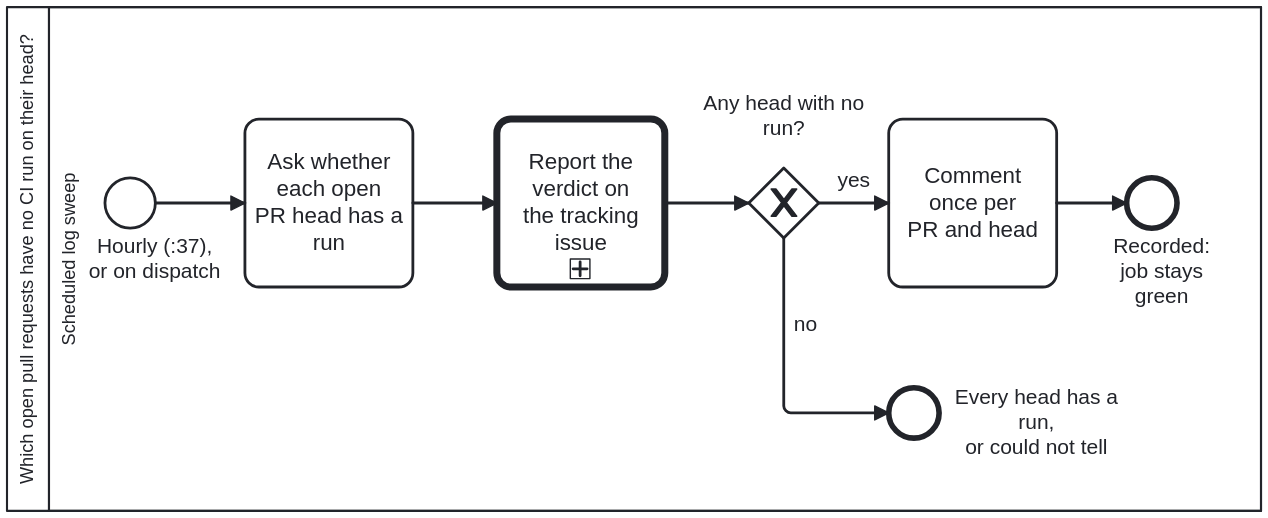
Above: docs/assets/img/workflows/pr-checks-present.svg in litlfred/cat-harness (BPMN), before the change. Its source is kept beside it as processes/sdlc/pr-checks-present.bpmn. Ids are renumbered.
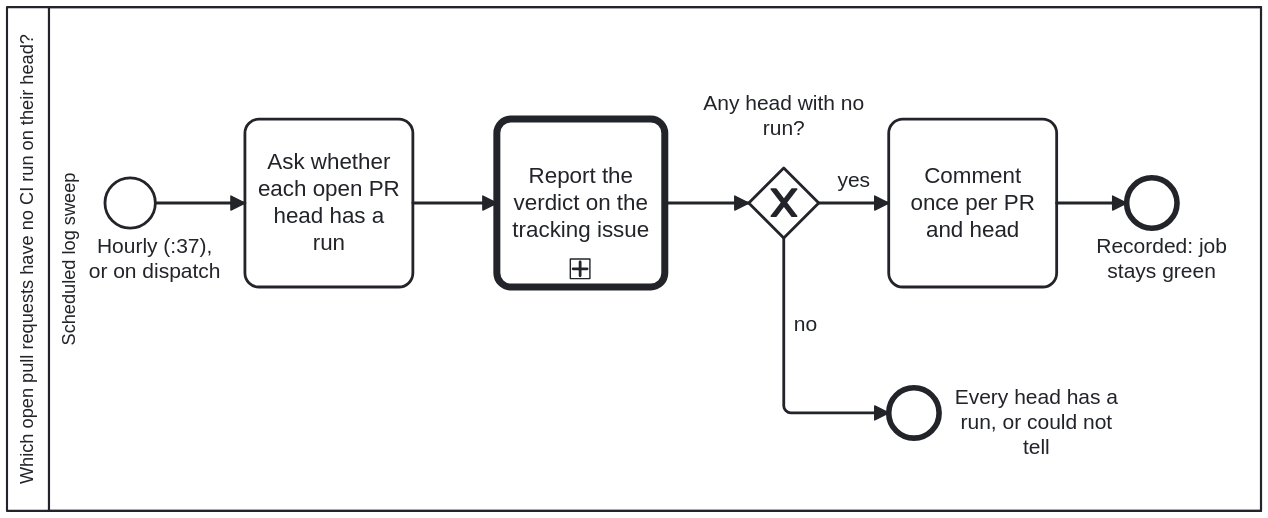
The same file after the commit.

Commit message:
Let the renderer wrap G2 names; fit the tracked-watch pool

Diff of the diagram source:
```diff
@@ -38,10 +38,10 @@
         <bpmn:flowNodeRef>End_Recorded</bpmn:flowNodeRef>
       </bpmn:lane>
     </bpmn:laneSet>
-    <bpmn:startEvent id="Start_Sweep" name="Hourly (:37),&#10;or on dispatch">
+    <bpmn:startEvent id="Start_Sweep" name="Hourly (:37), or on dispatch">
       <bpmn:outgoing>Flow_0</bpmn:outgoing>
     </bpmn:startEvent>
-    <bpmn:task id="Task_Sweep" name="Ask whether each open&#10;PR head has a run">
+    <bpmn:task id="Task_Sweep" name="Ask whether each open PR head has a run">
       <bpmn:documentation>Run check:prs-have-runs --min-age-minutes 15, writing the report file first. A head younger than 15 minutes legitimately has no run yet and is skipped. Exit 0 clean, 1 findings, 2 could not determine; an exit 1 with no report file is a crash and is treated as could-not-determine.
 
 Where its verdict comes from: Asked of the `verdict` output of the `Sweep` step in .github/workflows/pr-checks-present.yml, which runs `check:prs-have-runs --min-age-minutes 15`. Exit 0 is clean, 1 findings, 2 could not determine; an exit 1 with no report file is a crash and is reclassified as could-not-determine, as is any other code. `no` is verdict == 'unknown': 'Refuse to report success on an unchecked repository' runs `exit 1` and the tracking issue is left untouched. `yes` is verdict != 'unknown', the guard on ensuring the `pr-no-checks` label.</bpmn:documentation>
@@ -51,7 +51,7 @@
       <bpmn:incoming>Flow_0</bpmn:incoming>
       <bpmn:outgoing>Flow_1</bpmn:outgoing>
     </bpmn:task>
-    <bpmn:callActivity id="Call_Watch" name="Report the verdict on&#10;the tracking issue" calledElement="Process_TrackedWatch">
+    <bpmn:callActivity id="Call_Watch" name="Report the verdict on the tracking issue" calledElement="Process_TrackedWatch">
       <bpmn:documentation>Runs the shared tracking watch with the label `pr-no-checks`. Asked of the same `verdict`. `none` is verdict == 'clean': every open PR's head older than 15 minutes has a run, and the tracking issue is closed. `one or more` is verdict == 'findings': the one tracking issue is opened or edited in place, and the workflow also comments once on each affected pull request. Clean here means every open pull request's head now has a CI run. The body is the sweep's report.</bpmn:documentation>
       <bpmn:incoming>Flow_1</bpmn:incoming>
       <bpmn:outgoing>Flow_2</bpmn:outgoing>
@@ -75,10 +75,10 @@
       <bpmn:outgoing>Flow_3</bpmn:outgoing>
       <bpmn:outgoing>Flow_4</bpmn:outgoing>
     </bpmn:exclusiveGateway>
-    <bpmn:endEvent id="End_Done" name="Every head has a run,&#10;or could not tell">
+    <bpmn:endEvent id="End_Done" name="Every head has a run, or could not tell">
       <bpmn:incoming>Flow_4</bpmn:incoming>
     </bpmn:endEvent>
-    <bpmn:task id="Task_Comment" name="Comment once per&#10;PR and head">
+    <bpmn:task id="Task_Comment" name="Comment once per PR and head">
       <bpmn:documentation>Comment on each affected open PR once per (PR, head sha): a hidden marker carrying the sha is checked first, so a re-run on the same head stays silent and a new push can be reported again. A PR that is no longer open is skipped.</bpmn:documentation>
       <bpmn:extensionElements>
         <bootstrap.processes:skill ref="ci-health"/>
@@ -86,7 +86,7 @@
       <bpmn:incoming>Flow_3</bpmn:incoming>
       <bpmn:outgoing>Flow_5</bpmn:outgoing>
     </bpmn:task>
-    <bpmn:endEvent id="End_Recorded" name="Recorded:&#10;job stays green">
+    <bpmn:endEvent id="End_Recorded" name="Recorded: job stays green">
       <bpmn:incoming>Flow_5</bpmn:incoming>
     </bpmn:endEvent>
     <bpmn:sequenceFlow id="Flow_0" sourceRef="Start_Sweep" targetRef="Task_Sweep"/>
@@ -106,7 +106,7 @@
       </bpmndi:BPMNShape>
       <bpmndi:BPMNShape id="Shape_Start_Sweep" bpmnElement="Start_Sweep">
         <dc:Bounds x="130" y="182" width="36" height="36"/>
-        <bpmndi:BPMNLabel><dc:Bounds x="110" y="222" width="110" height="40"/></bpmndi:BPMNLabel>
+        <bpmndi:BPMNLabel><dc:Bounds x="105" y="222" width="120" height="40"/></bpmndi:BPMNLabel>
       </bpmndi:BPMNShape>
       <bpmndi:BPMNShape id="Shape_Task_Sweep" bpmnElement="Task_Sweep">
         <dc:Bounds x="230" y="140" width="120" height="120"/>
@@ -127,7 +127,7 @@
       </bpmndi:BPMNShape>
       <bpmndi:BPMNShape id="Shape_End_Recorded" bpmnElement="End_Recorded">
         <dc:Bounds x="860" y="182" width="36" height="36"/>
-        <bpmndi:BPMNLabel><dc:Bounds x="840" y="222" width="90" height="40"/></bpmndi:BPMNLabel>
+        <bpmndi:BPMNLabel><dc:Bounds x="825" y="222" width="120" height="40"/></bpmndi:BPMNLabel>
       </bpmndi:BPMNShape>
       <bpmndi:BPMNEdge id="Edge_Flow_0" bpmnElement="Flow_0">
         <di:waypoint x="166" y="200"/>
```
